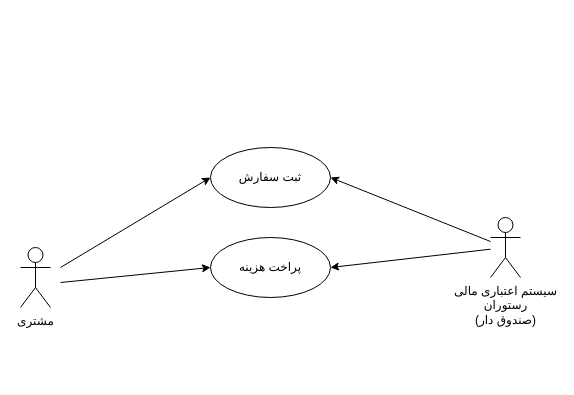
Earlier version of the draw.io diagram use-case-diagram-client.drawio (Saeed-hajizade/Software-Engineering-Project). Source tidied: cells renumbered, new cells numbered last; positions are measured from the earlier drawing's top-left corner, leaving out a move shared by most shapes. Both pictures are drawn from the tidied source at 100%, with x=0, y=0 at pixel (20, 147).
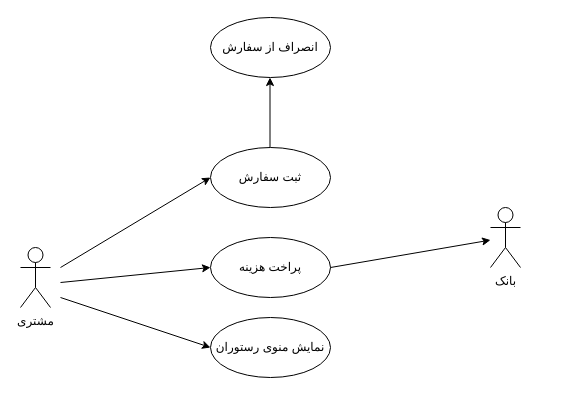
The same diagram, later.

What changed in the source:
```diff
@@
 <mxGraphModel>
   <root>
     <mxCell id="0" />
     <mxCell id="1" parent="0" />
     <mxCell id="2" value="مشتری" style="shape=umlActor;verticalLabelPosition=bottom;verticalAlign=top;html=1;" parent="1" vertex="1">
       <mxGeometry y="100" width="30" height="60" as="geometry" />
     </mxCell>
     <mxCell id="3" style="endArrow=classic;html=1;entryX=0;entryY=0.5;entryDx=0;entryDy=0;" parent="1" edge="1" target="4">
       <mxGeometry relative="1" as="geometry">
         <mxPoint x="40" y="120" as="sourcePoint" />
       </mxGeometry>
     </mxCell>
     <mxCell id="4" value="ثبت سفارش" style="ellipse;whiteSpace=wrap;html=1;" parent="1" vertex="1">
       <mxGeometry x="190" width="120" height="60" as="geometry" />
     </mxCell>
     <mxCell id="5" style="endArrow=classic;html=1;entryX=0;entryY=0.5;entryDx=0;entryDy=0;" parent="1" edge="1" target="6">
       <mxGeometry relative="1" as="geometry">
         <mxPoint x="40" y="135" as="sourcePoint" />
       </mxGeometry>
     </mxCell>
     <mxCell id="6" value="پراخت هزینه" style="ellipse;whiteSpace=wrap;html=1;" parent="1" vertex="1">
       <mxGeometry x="190" y="90" width="120" height="60" as="geometry" />
     </mxCell>
-    <mxCell id="7" value="سیستم اعتباری مالی&lt;br&gt;رستوران&lt;br&gt;(صندوق دار)" style="shape=umlActor;verticalLabelPosition=bottom;verticalAlign=top;html=1;outlineConnect=0;" parent="1" vertex="1">
-      <mxGeometry x="470" y="70" width="30" height="60" as="geometry" />
-    </mxCell>
-    <mxCell id="8" style="endArrow=classic;html=1;entryX=1;entryY=0.5;entryDx=0;entryDy=0;" parent="1" edge="1" source="7" target="6">
-      <mxGeometry relative="1" as="geometry" />
-    </mxCell>
-    <mxCell id="9" style="endArrow=classic;html=1;entryX=1;entryY=0.5;entryDx=0;entryDy=0;" parent="1" edge="1" source="7" target="4">
-      <mxGeometry relative="1" as="geometry" />
-    </mxCell>
+    <mxCell id="10" value="بانک" style="shape=umlActor;verticalLabelPosition=bottom;verticalAlign=top;html=1;outlineConnect=0;" parent="1" vertex="1">
+      <mxGeometry x="470" y="60" width="30" height="60" as="geometry" />
+    </mxCell>
+    <mxCell id="11" style="endArrow=classic;html=1;" parent="1" edge="1">
+      <mxGeometry relative="1" as="geometry">
+        <mxPoint x="249.5" as="sourcePoint" />
+        <mxPoint x="249.5" y="-70" as="targetPoint" />
+      </mxGeometry>
+    </mxCell>
+    <mxCell id="12" value="انصراف از سفارش" style="ellipse;whiteSpace=wrap;html=1;" parent="1" vertex="1">
+      <mxGeometry x="190" y="-130" width="120" height="60" as="geometry" />
+    </mxCell>
+    <mxCell id="13" style="endArrow=classic;html=1;exitX=1;exitY=0.5;exitDx=0;exitDy=0;" parent="1" edge="1" source="6" target="10">
+      <mxGeometry relative="1" as="geometry" />
+    </mxCell>
+    <mxCell id="14" style="endArrow=classic;html=1;entryX=0;entryY=0.5;entryDx=0;entryDy=0;" parent="1" edge="1" target="15">
+      <mxGeometry relative="1" as="geometry">
+        <mxPoint x="40" y="150" as="sourcePoint" />
+      </mxGeometry>
+    </mxCell>
+    <mxCell id="15" value="نمایش منوی رستوران" style="ellipse;whiteSpace=wrap;html=1;" parent="1" vertex="1">
+      <mxGeometry x="190" y="170" width="120" height="60" as="geometry" />
+    </mxCell>
   </root>
 </mxGraphModel>
```
